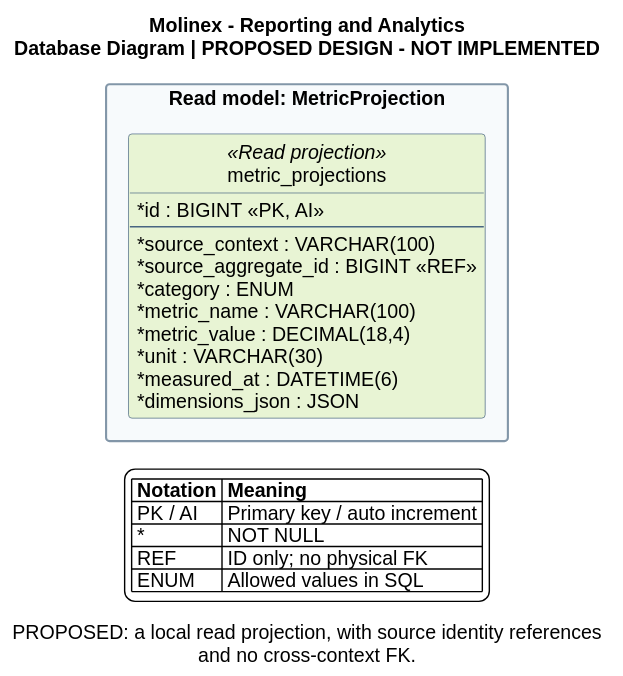
Earlier version of the PlantUML export assets/Images Chapter 4/Database Design/Database Diagrams/reporting-analytics-database.svg (Vanguard-open-source/molinex-report). The source it was exported from:
```plantuml
@startuml
left to right direction
hide circle
hide methods
skinparam backgroundColor #FFFFFF
skinparam shadowing false
skinparam defaultFontName Arial
skinparam defaultFontSize 14
skinparam classAttributeIconSize 0
skinparam packageStyle rectangle
skinparam ArrowColor #486581
skinparam nodesep 50
skinparam ranksep 75
skinparam classBorderColor #486581
skinparam packageBorderColor #8296A8
title Molinex - Reporting and Analytics\nDatabase Diagram | PROPOSED DESIGN - NOT IMPLEMENTED
caption
PROPOSED: a local read projection, with source identity references
and no cross-context FK.
endcaption
package "Read model: MetricProjection" as aggregate_0 #F7FAFC {
entity "metric_projections" as metric_projections <<Read projection>> #E8F4D4 {
  * id : BIGINT <<PK, AI>>
  --
  * source_context : VARCHAR(100)
  * source_aggregate_id : BIGINT <<REF>>
  * category : ENUM
  * metric_name : VARCHAR(100)
  * metric_value : DECIMAL(18,4)
  * unit : VARCHAR(30)
  * measured_at : DATETIME(6)
  * dimensions_json : JSON
}
}
legend bottom
|= Notation |= Meaning |
| PK / AI | Primary key / auto increment |
| * | NOT NULL |
| REF | ID only; no physical FK |
| ENUM | Allowed values in SQL |
endlegend
@enduml
```
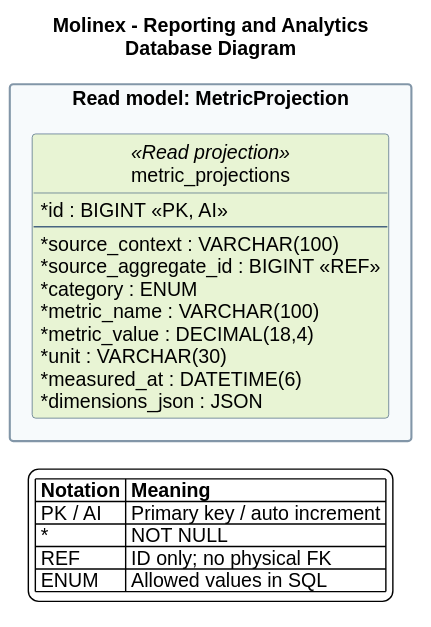
The same diagram one commit later.

Diff of the diagram source:
```diff
@@ -13,11 +13,7 @@
 skinparam ranksep 75
 skinparam classBorderColor #486581
 skinparam packageBorderColor #8296A8
-title Molinex - Reporting and Analytics\nDatabase Diagram | PROPOSED DESIGN - NOT IMPLEMENTED
-caption
-PROPOSED: a local read projection, with source identity references
-and no cross-context FK.
-endcaption
+title Molinex - Reporting and Analytics\nDatabase Diagram
 package "Read model: MetricProjection" as aggregate_0 #F7FAFC {
 entity "metric_projections" as metric_projections <<Read projection>> #E8F4D4 {
   * id : BIGINT <<PK, AI>>
```
